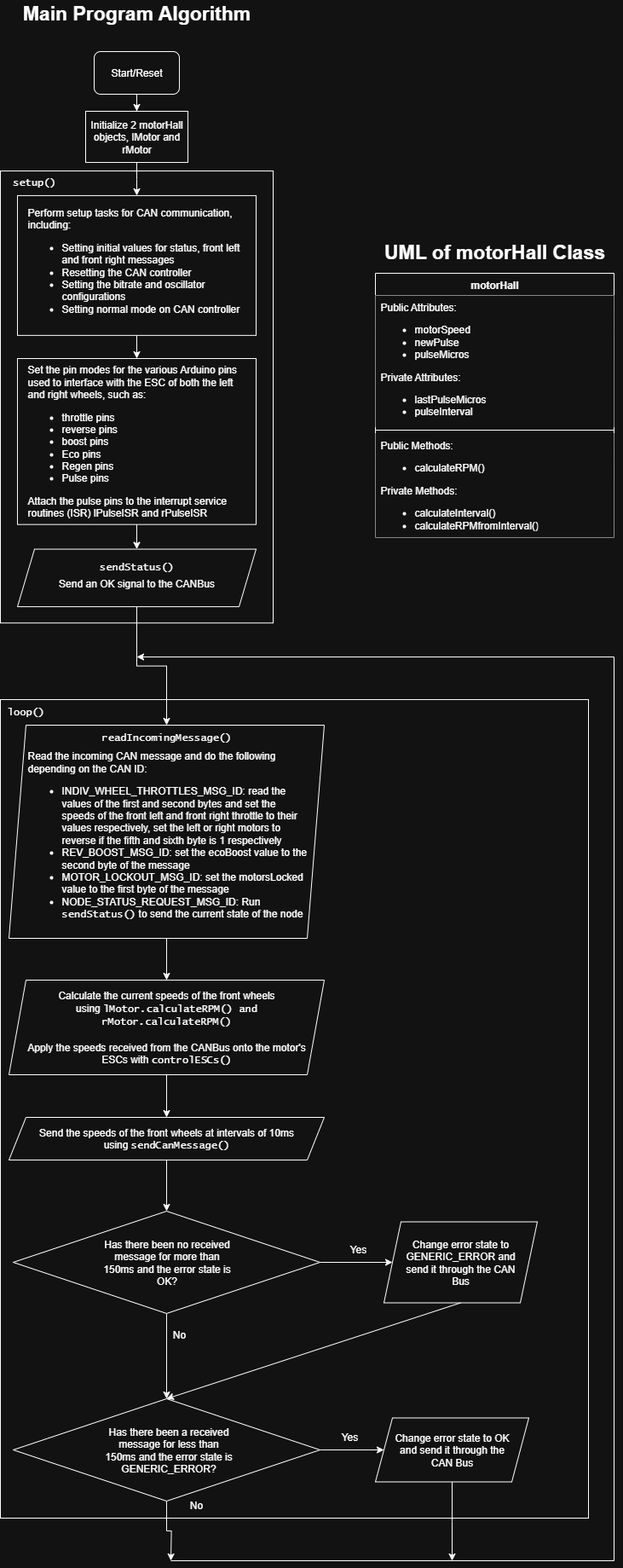
EV-Club-SUTD/evam-1-firmware keeps this draw.io diagram as docs/Explanations/img/FWAlgo.drawio.png. Above is the earlier version. Source tidied: cells renumbered, new cells last; positions are measured from the earlier drawing's top-left corner, leaving out a move shared by most shapes.
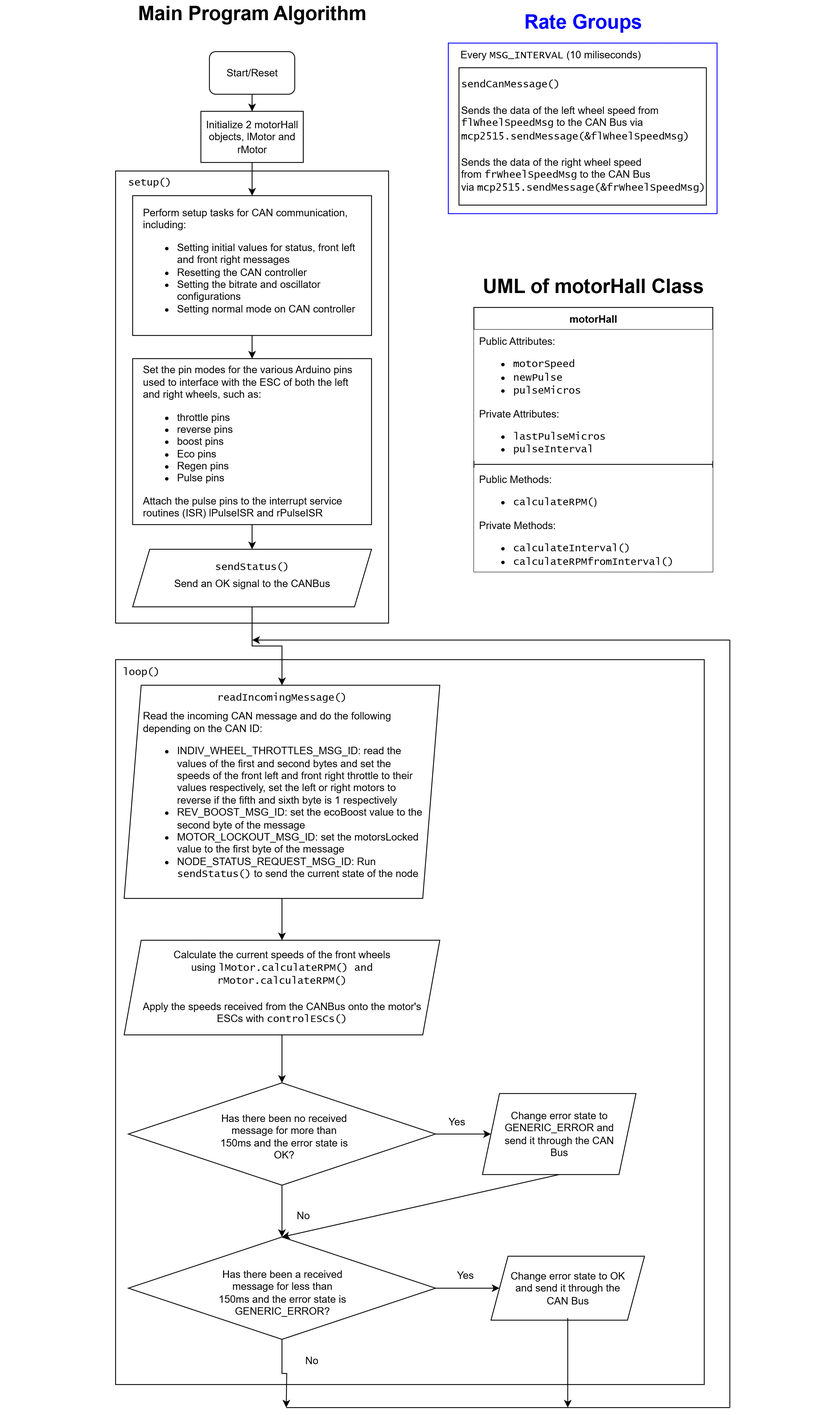
After the commit.

Commit message:
Modified the FW algorithm diagram.

The edit, as a diff of the source:
```diff
@@ -52,27 +52,27 @@
     </mxCell>
     <mxCell id="18" style="endArrow=none;html=1;rounded=0;" parent="1" edge="1">
       <mxGeometry relative="1" as="geometry">
-        <mxPoint x="200" y="1830" as="sourcePoint" />
-        <mxPoint x="720" y="1830" as="targetPoint" />
+        <mxPoint x="200" y="1650" as="sourcePoint" />
+        <mxPoint x="720" y="1650" as="targetPoint" />
       </mxGeometry>
     </mxCell>
     <mxCell id="19" style="endArrow=none;html=1;rounded=0;" parent="1" edge="1">
       <mxGeometry relative="1" as="geometry">
-        <mxPoint x="720" y="1830" as="sourcePoint" />
-        <mxPoint x="720" y="770" as="targetPoint" />
+        <mxPoint x="720" y="1650" as="sourcePoint" />
+        <mxPoint x="720" y="750" as="targetPoint" />
       </mxGeometry>
     </mxCell>
     <mxCell id="20" style="endArrow=classic;html=1;rounded=0;" parent="1" edge="1">
       <mxGeometry relative="1" as="geometry">
-        <mxPoint x="720" y="770" as="sourcePoint" />
-        <mxPoint x="160" y="770" as="targetPoint" />
+        <mxPoint x="720" y="750" as="sourcePoint" />
+        <mxPoint x="160" y="750" as="targetPoint" />
       </mxGeometry>
     </mxCell>
-    <mxCell id="21" style="group;" parent="1" vertex="1">
-      <mxGeometry y="820" width="690" height="960" as="geometry" />
+    <mxCell id="21" style="group;rotation=90;" parent="1" vertex="1">
+      <mxGeometry y="773" width="690" height="960" as="geometry" />
     </mxCell>
     <mxCell id="22" style="rounded=0;whiteSpace=wrap;html=1;" parent="21" vertex="1">
-      <mxGeometry width="690" height="960" as="geometry" />
+      <mxGeometry width="690" height="850" as="geometry" />
     </mxCell>
     <mxCell id="23" value="loop()" style="text;html=1;align=center;verticalAlign=middle;whiteSpace=wrap;rounded=0;fontFamily=Lucida Console;" parent="21" vertex="1">
       <mxGeometry width="60" height="30" as="geometry" />
@@ -92,21 +92,12 @@
     <mxCell id="28" style="shape=parallelogram;perimeter=parallelogramPerimeter;whiteSpace=wrap;html=1;fixedSize=1;" parent="21" vertex="1">
       <mxGeometry x="10" y="329" width="370" height="111" as="geometry" />
     </mxCell>
-    <mxCell id="29" style="edgeStyle=orthogonalEdgeStyle;rounded=0;jettySize=auto;html=1;entryX=0.5;entryY=0;entryDx=0;entryDy=0;" parent="21" edge="1" source="30" target="33">
-      <mxGeometry relative="1" as="geometry" />
-    </mxCell>
+    <mxCell id="61" style="edgeStyle=orthogonalEdgeStyle;rounded=0;jettySize=auto;html=1;" parent="21" edge="1" source="30" target="36">
+      <mxGeometry relative="1" as="geometry" />
+    </mxCell>
     <mxCell id="30" value="Calculate the current speeds of the front wheels using&amp;nbsp;&lt;font face=&quot;Lucida Console&quot;&gt;lMotor.calculateRPM() and rMotor.calculateRPM()&lt;/font&gt;&lt;div&gt;&lt;font face=&quot;Lucida Console&quot;&gt;&lt;br&gt;&lt;/font&gt;&lt;div&gt;Apply the speeds received from the CANBus onto the motor's ESCs with&amp;nbsp;&lt;font face=&quot;Lucida Console&quot;&gt;controlESCs()&lt;/font&gt;&lt;/div&gt;&lt;/div&gt;" style="text;html=1;align=center;verticalAlign=middle;whiteSpace=wrap;rounded=0;" parent="21" vertex="1">
       <mxGeometry x="30" y="329" width="330" height="111" as="geometry" />
     </mxCell>
-    <mxCell id="31" style="shape=parallelogram;perimeter=parallelogramPerimeter;whiteSpace=wrap;html=1;fixedSize=1;" parent="21" vertex="1">
-      <mxGeometry x="10" y="490" width="370" height="50" as="geometry" />
-    </mxCell>
-    <mxCell id="32" style="edgeStyle=orthogonalEdgeStyle;rounded=0;jettySize=auto;html=1;entryX=0.5;entryY=0;entryDx=0;entryDy=0;" parent="21" edge="1" source="33" target="36">
-      <mxGeometry relative="1" as="geometry" />
-    </mxCell>
-    <mxCell id="33" value="Send the speeds of the front wheels at intervals of 10ms using &lt;font face=&quot;Lucida Console&quot;&gt;sendCanMessage()&lt;/font&gt;" style="text;html=1;align=center;verticalAlign=middle;whiteSpace=wrap;rounded=0;" parent="21" vertex="1">
-      <mxGeometry x="30" y="490" width="330" height="50" as="geometry" />
-    </mxCell>
     <mxCell id="34" style="edgeStyle=orthogonalEdgeStyle;rounded=0;jettySize=auto;html=1;entryX=0;entryY=0.5;entryDx=0;entryDy=0;" parent="21" edge="1" source="36" target="38">
       <mxGeometry relative="1" as="geometry" />
     </mxCell>
@@ -114,83 +105,106 @@
       <mxGeometry relative="1" as="geometry" />
     </mxCell>
     <mxCell id="36" style="rhombus;whiteSpace=wrap;html=1;" parent="21" vertex="1">
-      <mxGeometry x="15" y="600" width="360" height="120" as="geometry" />
+      <mxGeometry x="15" y="496.2" width="360" height="120" as="geometry" />
     </mxCell>
     <mxCell id="37" value="Has there been no received message for more than 150ms and the error state is OK?" style="text;html=1;align=center;verticalAlign=middle;whiteSpace=wrap;rounded=0;" parent="21" vertex="1">
-      <mxGeometry x="117.5" y="625" width="155" height="70" as="geometry" />
+      <mxGeometry x="120" y="524.2" width="155" height="70" as="geometry" />
     </mxCell>
     <mxCell id="38" style="shape=parallelogram;perimeter=parallelogramPerimeter;whiteSpace=wrap;html=1;fixedSize=1;" parent="21" vertex="1">
-      <mxGeometry x="450" y="612.5" width="180" height="95" as="geometry" />
+      <mxGeometry x="430" y="508.8" width="180" height="95" as="geometry" />
     </mxCell>
     <mxCell id="39" value="Yes" style="text;html=1;align=center;verticalAlign=middle;whiteSpace=wrap;rounded=0;" parent="21" vertex="1">
-      <mxGeometry x="390" y="630" width="60" height="30" as="geometry" />
+      <mxGeometry x="370" y="527" width="60" height="30" as="geometry" />
     </mxCell>
     <mxCell id="40" style="edgeStyle=orthogonalEdgeStyle;rounded=0;jettySize=auto;html=1;" parent="21" edge="1" source="42" target="47">
       <mxGeometry relative="1" as="geometry" />
     </mxCell>
-    <mxCell id="41" style="edgeStyle=orthogonalEdgeStyle;rounded=0;jettySize=auto;html=1;" parent="21" edge="1" source="42">
-      <mxGeometry relative="1" as="geometry">
-        <mxPoint x="200" y="1010" as="targetPoint" />
-      </mxGeometry>
-    </mxCell>
+    <mxCell id="62" style="edgeStyle=orthogonalEdgeStyle;rounded=0;jettySize=auto;html=1;" parent="21" edge="1" source="42">
+      <mxGeometry relative="1" as="geometry">
+        <mxPoint x="200" y="877" as="targetPoint" />
+      </mxGeometry>
+    </mxCell>
     <mxCell id="42" style="rhombus;whiteSpace=wrap;html=1;" parent="21" vertex="1">
-      <mxGeometry x="15" y="820" width="360" height="120" as="geometry" />
+      <mxGeometry x="15" y="677" width="360" height="120" as="geometry" />
     </mxCell>
     <mxCell id="43" value="No" style="text;html=1;align=center;verticalAlign=middle;whiteSpace=wrap;rounded=0;" parent="21" vertex="1">
-      <mxGeometry x="180" y="730" width="60" height="30" as="geometry" />
+      <mxGeometry x="190" y="637" width="60" height="30" as="geometry" />
     </mxCell>
     <mxCell id="44" value="Change error state to GENERIC_ERROR and send it through the CAN Bus" style="text;html=1;align=center;verticalAlign=middle;whiteSpace=wrap;rounded=0;" parent="21" vertex="1">
-      <mxGeometry x="470" y="616.2" width="140" height="87.5" as="geometry" />
+      <mxGeometry x="450" y="512.5" width="140" height="87.5" as="geometry" />
     </mxCell>
     <mxCell id="45" value="Has there been a received message for less than 150ms and the error state is GENERIC_ERROR?" style="text;html=1;align=center;verticalAlign=middle;whiteSpace=wrap;rounded=0;" parent="21" vertex="1">
-      <mxGeometry x="120" y="845" width="155" height="70" as="geometry" />
+      <mxGeometry x="117.5" y="707" width="155" height="70" as="geometry" />
     </mxCell>
-    <mxCell id="46" style="edgeStyle=orthogonalEdgeStyle;rounded=0;jettySize=auto;html=1;" parent="21" edge="1" source="47">
-      <mxGeometry relative="1" as="geometry">
-        <mxPoint x="530" y="1010" as="targetPoint" />
-      </mxGeometry>
-    </mxCell>
     <mxCell id="47" style="shape=parallelogram;perimeter=parallelogramPerimeter;whiteSpace=wrap;html=1;fixedSize=1;" parent="21" vertex="1">
-      <mxGeometry x="440" y="842.5" width="180" height="75" as="geometry" />
+      <mxGeometry x="440" y="699.5" width="180" height="75" as="geometry" />
     </mxCell>
+    <mxCell id="63" style="edgeStyle=orthogonalEdgeStyle;rounded=0;jettySize=auto;html=1;" parent="21" edge="1" source="48">
+      <mxGeometry relative="1" as="geometry">
+        <mxPoint x="530" y="877" as="targetPoint" />
+      </mxGeometry>
+    </mxCell>
     <mxCell id="48" value="Change error state to OK and send it through the CAN Bus" style="text;html=1;align=center;verticalAlign=middle;whiteSpace=wrap;rounded=0;" parent="21" vertex="1">
-      <mxGeometry x="460" y="845" width="140" height="70" as="geometry" />
+      <mxGeometry x="460" y="702" width="140" height="70" as="geometry" />
     </mxCell>
     <mxCell id="49" value="Yes" style="text;html=1;align=center;verticalAlign=middle;whiteSpace=wrap;rounded=0;" parent="21" vertex="1">
-      <mxGeometry x="380" y="850" width="60" height="30" as="geometry" />
+      <mxGeometry x="380" y="707" width="60" height="30" as="geometry" />
     </mxCell>
     <mxCell id="50" style="endArrow=classic;html=1;rounded=0;exitX=0.5;exitY=1;exitDx=0;exitDy=0;entryX=0.5;entryY=0;entryDx=0;entryDy=0;" parent="21" edge="1" source="38" target="42">
       <mxGeometry relative="1" as="geometry" />
     </mxCell>
     <mxCell id="51" value="No" style="text;html=1;align=center;verticalAlign=middle;whiteSpace=wrap;rounded=0;" parent="21" vertex="1">
-      <mxGeometry x="200" y="930" width="60" height="30" as="geometry" />
+      <mxGeometry x="200" y="807" width="60" height="30" as="geometry" />
     </mxCell>
     <mxCell id="52" style="edgeStyle=orthogonalEdgeStyle;rounded=0;jettySize=auto;html=1;entryX=0.5;entryY=0;entryDx=0;entryDy=0;" parent="1" edge="1" source="13" target="25">
-      <mxGeometry relative="1" as="geometry" />
+      <mxGeometry relative="1" as="geometry">
+        <Array as="points">
+          <mxPoint x="160" y="757" />
+          <mxPoint x="195" y="757" />
+        </Array>
+      </mxGeometry>
     </mxCell>
+    <mxCell id="58" style="edgeStyle=orthogonalEdgeStyle;rounded=0;jettySize=auto;html=1;" parent="1" edge="1" source="59" target="11">
+      <mxGeometry relative="1" as="geometry" />
+    </mxCell>
+    <mxCell id="59" value="Initialize 2 motorHall objects, lMotor and rMotor" style="rounded=0;whiteSpace=wrap;html=1;" parent="1" vertex="1">
+      <mxGeometry x="100" y="130" width="120" height="60" as="geometry" />
+    </mxCell>
+    <mxCell id="60" style="edgeStyle=orthogonalEdgeStyle;rounded=0;jettySize=auto;html=1;" parent="1" edge="1" source="4" target="59">
+      <mxGeometry relative="1" as="geometry" />
+    </mxCell>
+    <mxCell id="64" style="group;" parent="1" vertex="1">
+      <mxGeometry x="390" y="10" width="315" height="240" as="geometry" />
+    </mxCell>
+    <mxCell id="65" value="Rate Groups" style="text;html=1;align=center;verticalAlign=middle;whiteSpace=wrap;rounded=0;fontStyle=1;fontSize=23;fontColor=#0000FF;" parent="64" vertex="1">
+      <mxGeometry x="7.5" width="300" height="30" as="geometry" />
+    </mxCell>
+    <mxCell id="66" style="rounded=0;whiteSpace=wrap;html=1;labelBorderColor=light-dark(#000000,#0000FF);strokeColor=#0000FF;" parent="64" vertex="1">
+      <mxGeometry y="40" width="315" height="200" as="geometry" />
+    </mxCell>
+    <mxCell id="67" value="&lt;font face=&quot;Helvetica&quot;&gt;Every &lt;/font&gt;&lt;font face=&quot;Lucida Console&quot;&gt;MSG_INTERVAL&lt;/font&gt;&lt;font face=&quot;Helvetica&quot;&gt;&amp;nbsp;(10 miliseconds)&lt;/font&gt;" style="text;html=1;align=center;verticalAlign=middle;whiteSpace=wrap;rounded=0;fontFamily=Lucida Console;" parent="64" vertex="1">
+      <mxGeometry y="40" width="240" height="28.9" as="geometry" />
+    </mxCell>
+    <mxCell id="68" value="&lt;font face=&quot;Lucida Console&quot;&gt;sendCanMessage()&lt;/font&gt;&lt;div&gt;&lt;font face=&quot;Lucida Console&quot;&gt;&lt;br&gt;&lt;/font&gt;&lt;div&gt;Sends the data of the left wheel speed from &lt;font face=&quot;Lucida Console&quot;&gt;flWheelSpeedMsg&lt;/font&gt;&amp;nbsp;to the CAN Bus via &lt;font face=&quot;Lucida Console&quot;&gt;mcp2515.sendMessage(&amp;amp;&lt;/font&gt;&lt;span style=&quot;font-family: &amp;quot;Lucida Console&amp;quot;; background-color: transparent; color: light-dark(rgb(0, 0, 0), rgb(255, 255, 255));&quot;&gt;flWheelSpeedMsg)&lt;/span&gt;&lt;/div&gt;&lt;/div&gt;&lt;div&gt;&lt;span style=&quot;font-family: &amp;quot;Lucida Console&amp;quot;; background-color: transparent; color: light-dark(rgb(0, 0, 0), rgb(255, 255, 255));&quot;&gt;&lt;br&gt;&lt;/span&gt;&lt;/div&gt;&lt;div&gt;Sends the data of the right wheel speed from&amp;nbsp;&lt;font face=&quot;Lucida Console&quot;&gt;frWheelSpeedMsg&lt;/font&gt;&amp;nbsp;to the CAN Bus via&amp;nbsp;&lt;font face=&quot;Lucida Console&quot;&gt;mcp2515.sendMessage(&amp;amp;&lt;/font&gt;&lt;span style=&quot;color: light-dark(rgb(0, 0, 0), rgb(255, 255, 255)); background-color: transparent; font-family: &amp;quot;Lucida Console&amp;quot;;&quot;&gt;frWheelSpeedMsg)&lt;/span&gt;&lt;span style=&quot;font-family: &amp;quot;Lucida Console&amp;quot;; background-color: transparent; color: light-dark(rgb(0, 0, 0), rgb(255, 255, 255));&quot;&gt;&lt;/span&gt;&lt;/div&gt;" style="rounded=0;whiteSpace=wrap;html=1;align=left;" parent="64" vertex="1">
+      <mxGeometry x="12.5" y="68.9" width="290" height="161.1" as="geometry" />
+    </mxCell>
+    <mxCell id="69" style="group;" parent="1" vertex="1">
+      <mxGeometry x="410" y="320" width="300" height="350" as="geometry" />
+    </mxCell>
-    <mxCell id="53" value="UML of motorHall Class" style="text;html=1;align=center;verticalAlign=middle;whiteSpace=wrap;rounded=0;fontStyle=1;fontSize=23;" parent="1" vertex="1">
-      <mxGeometry x="430" y="280" width="300" height="30" as="geometry" />
+    <mxCell id="53" value="UML of motorHall Class" style="text;html=1;align=center;verticalAlign=middle;whiteSpace=wrap;rounded=0;fontStyle=1;fontSize=23;" parent="69" vertex="1">
+      <mxGeometry width="300" height="30" as="geometry" />
     </mxCell>
-    <mxCell id="54" value="motorHall" style="swimlane;fontStyle=1;align=center;verticalAlign=top;horizontal=1;startSize=26;whiteSpace=wrap;html=1;" parent="1" vertex="1">
-      <mxGeometry x="440" y="320" width="280" height="310" as="geometry" />
+    <mxCell id="54" value="motorHall" style="swimlane;fontStyle=1;align=center;verticalAlign=top;horizontal=1;startSize=26;whiteSpace=wrap;html=1;" parent="69" vertex="1">
+      <mxGeometry x="10" y="40" width="280" height="310" as="geometry" />
     </mxCell>
-    <mxCell id="55" value="Public Attributes:&lt;div&gt;&lt;ul&gt;&lt;li&gt;motorSpeed&lt;/li&gt;&lt;li&gt;newPulse&lt;/li&gt;&lt;li&gt;pulseMicros&lt;/li&gt;&lt;/ul&gt;Private Attributes:&lt;/div&gt;&lt;div&gt;&lt;ul&gt;&lt;li&gt;lastPulseMicros&lt;/li&gt;&lt;li&gt;pulseInterval&lt;/li&gt;&lt;/ul&gt;&lt;/div&gt;" style="text;align=left;verticalAlign=top;spacingLeft=4;spacingRight=4;overflow=hidden;whiteSpace=wrap;html=1;fillColor=default;" parent="54" vertex="1">
+    <mxCell id="55" value="Public Attributes:&lt;div&gt;&lt;ul&gt;&lt;li&gt;&lt;font face=&quot;Lucida Console&quot;&gt;motorSpeed&lt;/font&gt;&lt;/li&gt;&lt;li&gt;&lt;font face=&quot;Lucida Console&quot;&gt;newPulse&lt;/font&gt;&lt;/li&gt;&lt;li&gt;&lt;font face=&quot;Lucida Console&quot;&gt;pulseMicros&lt;/font&gt;&lt;/li&gt;&lt;/ul&gt;Private Attributes:&lt;/div&gt;&lt;div&gt;&lt;ul&gt;&lt;li&gt;&lt;font face=&quot;Lucida Console&quot;&gt;lastPulseMicros&lt;/font&gt;&lt;/li&gt;&lt;li&gt;&lt;font face=&quot;Lucida Console&quot;&gt;pulseInterval&lt;/font&gt;&lt;/li&gt;&lt;/ul&gt;&lt;/div&gt;" style="text;align=left;verticalAlign=top;spacingLeft=4;spacingRight=4;overflow=hidden;whiteSpace=wrap;html=1;fillColor=default;" parent="54" vertex="1">
       <mxGeometry y="26" width="280" height="154" as="geometry" />
     </mxCell>
     <mxCell id="56" style="line;strokeWidth=1;fillColor=none;align=left;verticalAlign=middle;spacingTop=-1;spacingLeft=3;spacingRight=3;labelPosition=right;strokeColor=inherit;" parent="54" vertex="1">
       <mxGeometry y="180" width="280" height="8" as="geometry" />
     </mxCell>
-    <mxCell id="57" value="&lt;div&gt;Public Methods:&lt;/div&gt;&lt;div&gt;&lt;ul&gt;&lt;li&gt;calculateRPM()&lt;/li&gt;&lt;/ul&gt;&lt;/div&gt;Private Methods:&lt;div&gt;&lt;ul&gt;&lt;li&gt;calculateInterval()&lt;/li&gt;&lt;li&gt;calculateRPMfromInterval()&lt;/li&gt;&lt;/ul&gt;&lt;/div&gt;" style="text;strokeColor=none;fillColor=default;align=left;verticalAlign=top;spacingLeft=4;spacingRight=4;overflow=hidden;whiteSpace=wrap;html=1;" parent="54" vertex="1">
+    <mxCell id="57" value="&lt;div&gt;Public Methods:&lt;/div&gt;&lt;div&gt;&lt;ul&gt;&lt;li&gt;&lt;font face=&quot;Lucida Console&quot;&gt;calculateRPM(&lt;/font&gt;)&lt;/li&gt;&lt;/ul&gt;&lt;/div&gt;Private Methods:&lt;div&gt;&lt;ul&gt;&lt;li&gt;&lt;font face=&quot;Lucida Console&quot;&gt;calculateInterval()&lt;/font&gt;&lt;/li&gt;&lt;li&gt;&lt;font face=&quot;Lucida Console&quot;&gt;calculateRPMfromInterval()&lt;/font&gt;&lt;/li&gt;&lt;/ul&gt;&lt;/div&gt;" style="text;strokeColor=none;fillColor=default;align=left;verticalAlign=top;spacingLeft=4;spacingRight=4;overflow=hidden;whiteSpace=wrap;html=1;" parent="54" vertex="1">
       <mxGeometry y="188" width="280" height="122" as="geometry" />
     </mxCell>
-    <mxCell id="58" style="edgeStyle=orthogonalEdgeStyle;rounded=0;jettySize=auto;html=1;" parent="1" edge="1" source="59" target="11">
-      <mxGeometry relative="1" as="geometry" />
-    </mxCell>
-    <mxCell id="59" value="Initialize 2 motorHall objects, lMotor and rMotor" style="rounded=0;whiteSpace=wrap;html=1;" parent="1" vertex="1">
-      <mxGeometry x="100" y="130" width="120" height="60" as="geometry" />
-    </mxCell>
-    <mxCell id="60" style="edgeStyle=orthogonalEdgeStyle;rounded=0;jettySize=auto;html=1;" parent="1" edge="1" source="4" target="59">
-      <mxGeometry relative="1" as="geometry" />
-    </mxCell>
   </root>
 </mxGraphModel>
```
